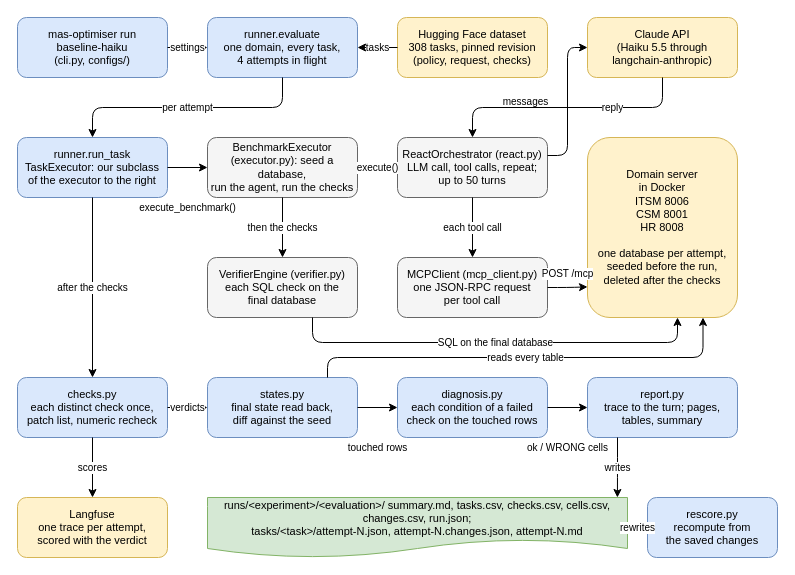
Before: page "One attempt, as it runs today" (1 of 2) of docs/figures/architecture.drawio in muck-or-mack/mas-optimiser, a draw.io diagram. Source tidied: cells renumbered, new cells numbered last; positions are measured from the earlier drawing's top-left corner, leaving out a move shared by most shapes. Both pictures are drawn from the tidied source at 100%, with x=0, y=0 at pixel (17, 17).
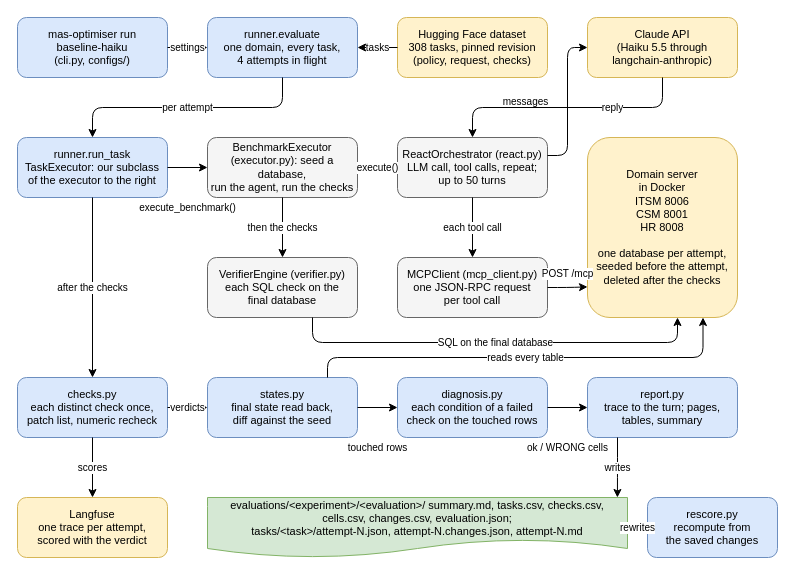
After the change.

What changed in the source:
```diff
@@
-    <mxCell id="9" value="Domain server&lt;br&gt;in Docker&lt;br&gt;ITSM 8006&lt;br&gt;CSM 8001&lt;br&gt;HR 8008&lt;br&gt;&lt;br&gt;one database per attempt,&lt;br&gt;seeded before the run,&lt;br&gt;deleted after the checks" style="rounded=1;fillColor=#fff2cc;strokeColor=#d6b656;fontSize=11;whiteSpace=wrap;html=1;" parent="1" vertex="1">
+    <mxCell id="9" value="Domain server&lt;br&gt;in Docker&lt;br&gt;ITSM 8006&lt;br&gt;CSM 8001&lt;br&gt;HR 8008&lt;br&gt;&lt;br&gt;one database per attempt,&lt;br&gt;seeded before the attempt,&lt;br&gt;deleted after the checks" style="rounded=1;fillColor=#fff2cc;strokeColor=#d6b656;fontSize=11;whiteSpace=wrap;html=1;" parent="1" vertex="1">
       <mxGeometry x="570" y="120" width="150" height="180" as="geometry" />
     </mxCell>
@@
-    <mxCell id="17" value="runs/&amp;lt;experiment&amp;gt;/&amp;lt;evaluation&amp;gt;/  summary.md, tasks.csv, checks.csv, cells.csv, changes.csv, run.json;&lt;br&gt;tasks/&amp;lt;task&amp;gt;/attempt-N.json, attempt-N.changes.json, attempt-N.md" style="shape=document;fillColor=#d5e8d4;strokeColor=#82b366;fontSize=11;boundedLbl=1;whiteSpace=wrap;html=1;" parent="1" vertex="1">
+    <mxCell id="17" value="evaluations/&amp;lt;experiment&amp;gt;/&amp;lt;evaluation&amp;gt;/  summary.md, tasks.csv, checks.csv, cells.csv, changes.csv, evaluation.json;&lt;br&gt;tasks/&amp;lt;task&amp;gt;/attempt-N.json, attempt-N.changes.json, attempt-N.md" style="shape=document;fillColor=#d5e8d4;strokeColor=#82b366;fontSize=11;boundedLbl=1;whiteSpace=wrap;html=1;" parent="1" vertex="1">
       <mxGeometry x="190" y="480" width="420" height="60" as="geometry" />
     </mxCell>
```
